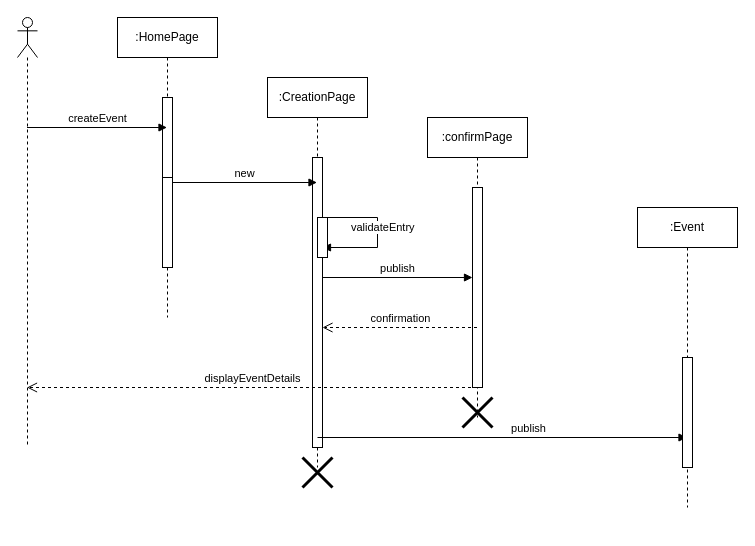
Earlier version of the draw.io diagram createEventSequenceDiagram.drawio (MigLyons/Draw.io). Source tidied: cells renumbered, new cells numbered last; positions are measured from the earlier drawing's top-left corner, leaving out a move shared by most shapes. Both pictures are drawn from the tidied source at 100%, with x=0, y=0 at pixel (17, 17).
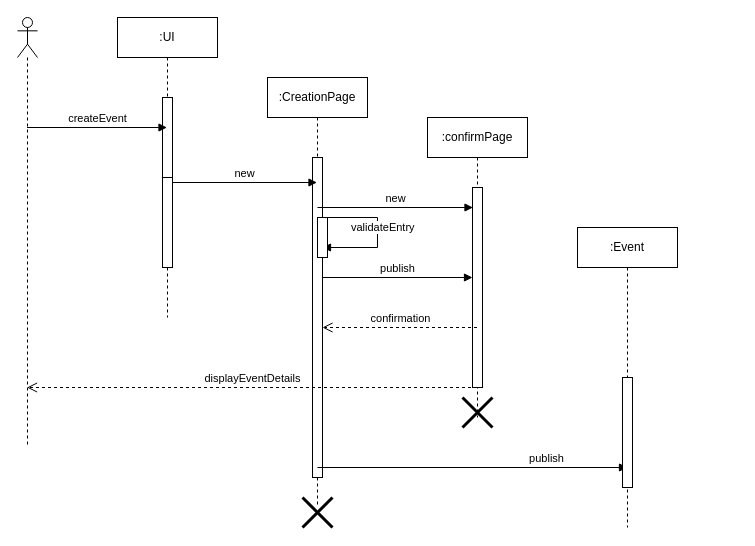
The same diagram, later.

The edit, as a diff of the source:
```diff
@@
-    <mxCell id="2" value=":HomePage" style="shape=umlLifeline;perimeter=lifelinePerimeter;whiteSpace=wrap;html=1;newEdgeStyle={&quot;edgeStyle&quot;:&quot;elbowEdgeStyle&quot;,&quot;elbow&quot;:&quot;vertical&quot;,&quot;curved&quot;:0,&quot;rounded&quot;:0};size=40;" parent="1" vertex="1">
+    <mxCell id="2" value=":UI" style="shape=umlLifeline;perimeter=lifelinePerimeter;whiteSpace=wrap;html=1;newEdgeStyle={&quot;edgeStyle&quot;:&quot;elbowEdgeStyle&quot;,&quot;elbow&quot;:&quot;vertical&quot;,&quot;curved&quot;:0,&quot;rounded&quot;:0};size=40;" parent="1" vertex="1">
       <mxGeometry x="100" width="100" height="300" as="geometry" />
     </mxCell>
@@
     <mxCell id="5" value=":CreationPage" style="shape=umlLifeline;perimeter=lifelinePerimeter;whiteSpace=wrap;html=1;outlineConnect=0;portConstraint=eastwest;newEdgeStyle={&quot;edgeStyle&quot;:&quot;elbowEdgeStyle&quot;,&quot;elbow&quot;:&quot;vertical&quot;,&quot;curved&quot;:0,&quot;rounded&quot;:0};" parent="1" vertex="1">
-      <mxGeometry x="250" y="60" width="100" height="390" as="geometry" />
+      <mxGeometry x="250" y="60" width="100" height="430" as="geometry" />
     </mxCell>
     <mxCell id="6" style="html=1;points=[];perimeter=orthogonalPerimeter;outlineConnect=0;targetShapes=umlLifeline;portConstraint=eastwest;newEdgeStyle={&quot;edgeStyle&quot;:&quot;elbowEdgeStyle&quot;,&quot;elbow&quot;:&quot;vertical&quot;,&quot;curved&quot;:0,&quot;rounded&quot;:0};" parent="5" vertex="1">
-      <mxGeometry x="45" y="80" width="10" height="290" as="geometry" />
+      <mxGeometry x="45" y="80" width="10" height="320" as="geometry" />
     </mxCell>
@@
-    <mxCell id="13" value="publish" style="html=1;verticalAlign=bottom;endArrow=block;curved=0;rounded=0;" parent="1" edge="1" source="20">
-      <mxGeometry x="-1" y="-161" relative="1" as="geometry">
-        <mxPoint x="670" y="400" as="targetPoint" />
-        <mxPoint x="-159" y="-141" as="offset" />
+    <mxCell id="13" value="publish" style="html=1;verticalAlign=bottom;endArrow=block;curved=0;rounded=0;" parent="1" edge="1">
+      <mxGeometry x="0.47" relative="1" as="geometry">
+        <mxPoint x="300" y="450" as="sourcePoint" />
+        <mxPoint x="610" y="450" as="targetPoint" />
+        <Array as="points">
+          <mxPoint x="370.5" y="450" />
+        </Array>
+        <mxPoint x="1" as="offset" />
       </mxGeometry>
     </mxCell>
@@
-    <mxCell id="19" style="html=1;verticalAlign=bottom;endArrow=block;curved=0;rounded=0;" parent="1" edge="1" target="20">
-      <mxGeometry x="0.05" relative="1" as="geometry">
-        <mxPoint x="300" y="420" as="sourcePoint" />
-      </mxGeometry>
-    </mxCell>
     <mxCell id="20" value=":Event" style="shape=umlLifeline;perimeter=lifelinePerimeter;whiteSpace=wrap;html=1;outlineConnect=0;portConstraint=eastwest;newEdgeStyle={&quot;edgeStyle&quot;:&quot;elbowEdgeStyle&quot;,&quot;elbow&quot;:&quot;vertical&quot;,&quot;curved&quot;:0,&quot;rounded&quot;:0};" parent="1" vertex="1">
-      <mxGeometry x="620" y="190" width="100" height="300" as="geometry" />
+      <mxGeometry x="560" y="210" width="100" height="300" as="geometry" />
     </mxCell>
@@
     <mxCell id="22" style="shape=umlDestroy;whiteSpace=wrap;html=1;strokeWidth=3;targetShapes=umlLifeline;" parent="1" vertex="1">
-      <mxGeometry x="285" y="440" width="30" height="30" as="geometry" />
+      <mxGeometry x="285" y="480" width="30" height="30" as="geometry" />
     </mxCell>
+    <mxCell id="23" value="new" style="html=1;verticalAlign=bottom;endArrow=block;curved=0;rounded=0;" parent="1" edge="1">
+      <mxGeometry relative="1" as="geometry">
+        <mxPoint x="300" y="190" as="sourcePoint" />
+        <mxPoint x="455.5" y="190" as="targetPoint" />
+      </mxGeometry>
+    </mxCell>
```
